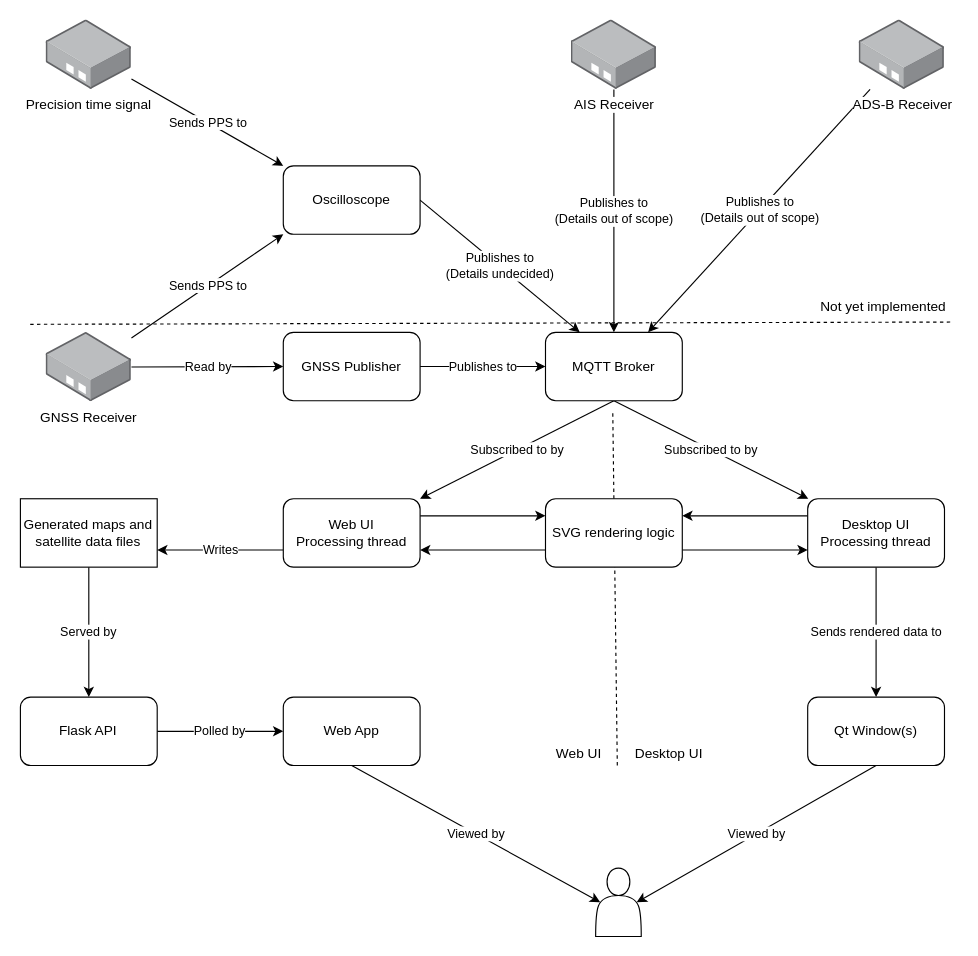
The draw.io diagram docs/dataflow.drawio in autumn-mck/gnss-war-room, before the edit. Source tidied: cells renumbered, new cells numbered last; positions are measured from the earlier drawing's top-left corner, leaving out a move shared by most shapes. Both pictures are drawn from the tidied source at 114%, with x=0, y=0 at pixel (19, 19).
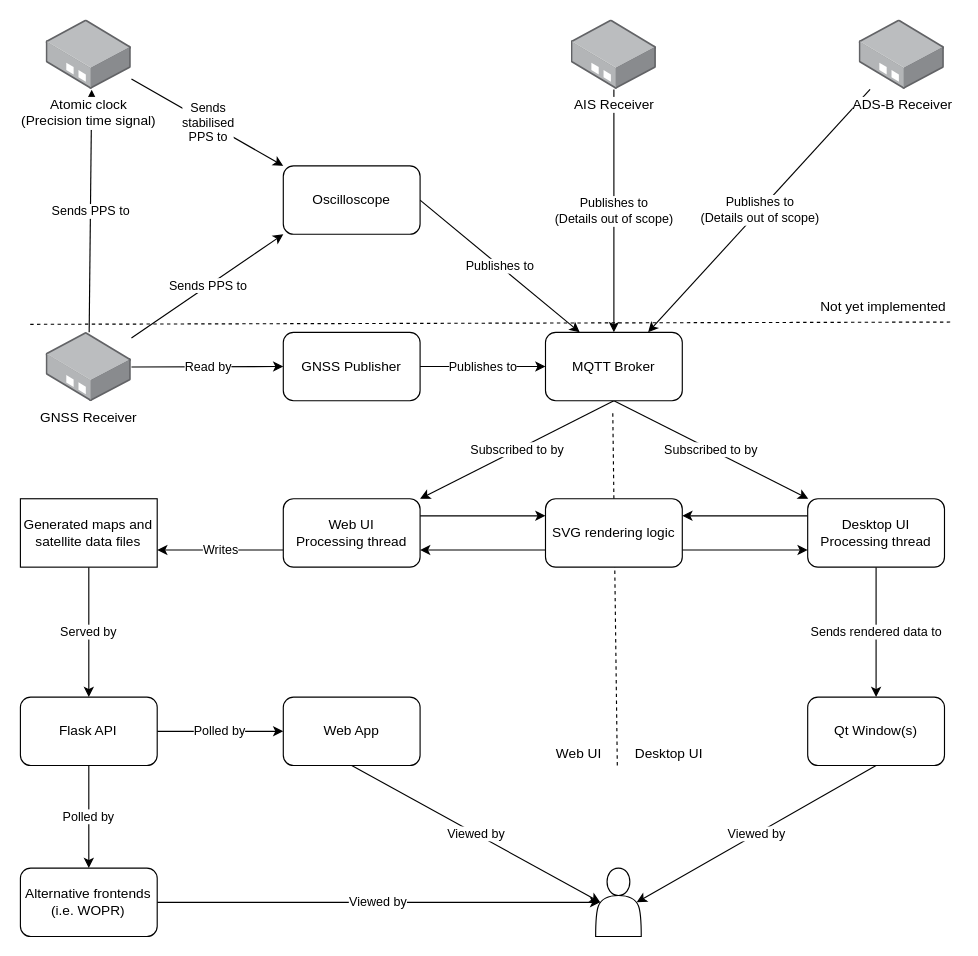
The same diagram, later.

Commit message (it also covers changes not shown here):
update data flow diagram

The change refers to these unchanged cells:
```xml
<mxCell id="3" value="Flask API" style="rounded=1;whiteSpace=wrap;html=1;" parent="1" vertex="1">
  <mxGeometry x="0.4" y="594" width="120" height="60" as="geometry" />
</mxCell>
<mxCell id="11" value="MQTT Broker" style="rounded=1;whiteSpace=wrap;html=1;" parent="1" vertex="1">
  <mxGeometry x="461" y="274" width="120" height="60" as="geometry" />
</mxCell>
<mxCell id="14" value="GNSS Receiver" style="points=[];html=1;align=center;shadow=0;dashed=0;image;image=img/lib/allied_telesis/media_converters/Media_Converter_Standalone.svg;" parent="1" vertex="1">
  <mxGeometry x="23" y="274" width="74.8" height="61" as="geometry" />
</mxCell>
<mxCell id="32" value="Oscilloscope" style="rounded=1;whiteSpace=wrap;html=1;" parent="1" vertex="1">
  <mxGeometry x="231" y="128" width="120" height="60" as="geometry" />
</mxCell>
<mxCell id="38" style="shape=actor;whiteSpace=wrap;html=1;" parent="1" vertex="1">
  <mxGeometry x="505" y="744" width="40" height="60" as="geometry" />
</mxCell>
```

What changed in the source:
```diff
@@
+    <mxCell id="41" value="Polled by" style="edgeStyle=none;html=1;" parent="1" edge="1" source="3" target="44">
+      <mxGeometry relative="1" as="geometry" />
+    </mxCell>
@@
+    <mxCell id="42" value="Sends PPS to" style="edgeStyle=none;html=1;entryX=0.534;entryY=1.004;entryDx=0;entryDy=0;entryPerimeter=0;" parent="1" edge="1" source="14" target="29">
+      <mxGeometry relative="1" as="geometry" />
+    </mxCell>
@@
-    <mxCell id="28" value="Sends PPS to" style="edgeStyle=none;html=1;entryX=0;entryY=0;entryDx=0;entryDy=0;endArrow=classic;endFill=1;" parent="1" edge="1" source="29" target="32">
+    <mxCell id="28" value="Sends&lt;br&gt;stabilised&lt;br&gt;PPS to" style="edgeStyle=none;html=1;entryX=0;entryY=0;entryDx=0;entryDy=0;endArrow=classic;endFill=1;" parent="1" edge="1" source="29" target="32">
       <mxGeometry relative="1" as="geometry" />
     </mxCell>
-    <mxCell id="29" value="Precision time signal" style="points=[];html=1;align=center;shadow=0;dashed=0;image;image=img/lib/allied_telesis/media_converters/Media_Converter_Standalone.svg;" parent="1" vertex="1">
+    <mxCell id="29" value="Atomic clock&lt;br&gt;(Precision time signal)" style="points=[];html=1;align=center;shadow=0;dashed=0;image;image=img/lib/allied_telesis/media_converters/Media_Converter_Standalone.svg;" parent="1" vertex="1">
       <mxGeometry x="23" width="74.8" height="61" as="geometry" />
     </mxCell>
@@
-    <mxCell id="31" value="Publishes to&lt;br&gt;(Details undecided)" style="edgeStyle=none;html=1;exitX=1;exitY=0.5;exitDx=0;exitDy=0;entryX=0.25;entryY=0;entryDx=0;entryDy=0;endArrow=classic;endFill=1;" parent="1" edge="1" source="32" target="11">
+    <mxCell id="31" value="Publishes to" style="edgeStyle=none;html=1;exitX=1;exitY=0.5;exitDx=0;exitDy=0;entryX=0.25;entryY=0;entryDx=0;entryDy=0;endArrow=classic;endFill=1;" parent="1" edge="1" source="32" target="11">
       <mxGeometry relative="1" as="geometry" />
     </mxCell>
@@
+    <mxCell id="43" value="Viewed by" style="edgeStyle=none;html=1;exitX=1;exitY=0.5;exitDx=0;exitDy=0;entryX=0.1;entryY=0.5;entryDx=0;entryDy=0;entryPerimeter=0;" parent="1" edge="1" source="44" target="38">
+      <mxGeometry relative="1" as="geometry" />
+    </mxCell>
+    <mxCell id="44" value="Alternative frontends&lt;br&gt;(i.e. WOPR)" style="whiteSpace=wrap;html=1;rounded=1;" parent="1" vertex="1">
+      <mxGeometry x="0.4" y="744" width="120" height="60" as="geometry" />
+    </mxCell>
```
